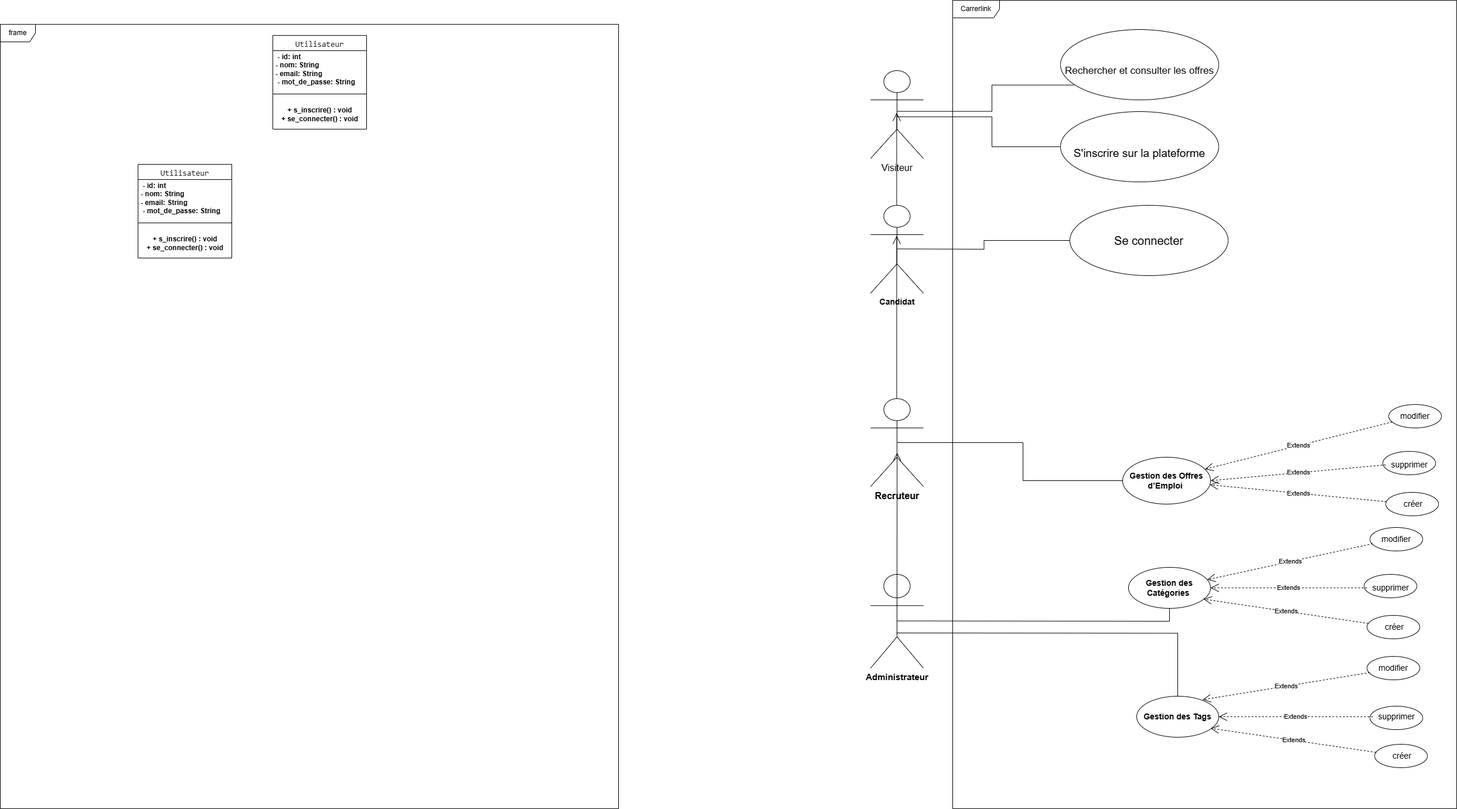
Above: CareerLink.drawio.png in mohamedm999/CareerLink (draw.io), before the change. Source tidied: cells renumbered, new cells last; positions are measured from the earlier drawing's top-left corner, leaving out a move shared by most shapes.
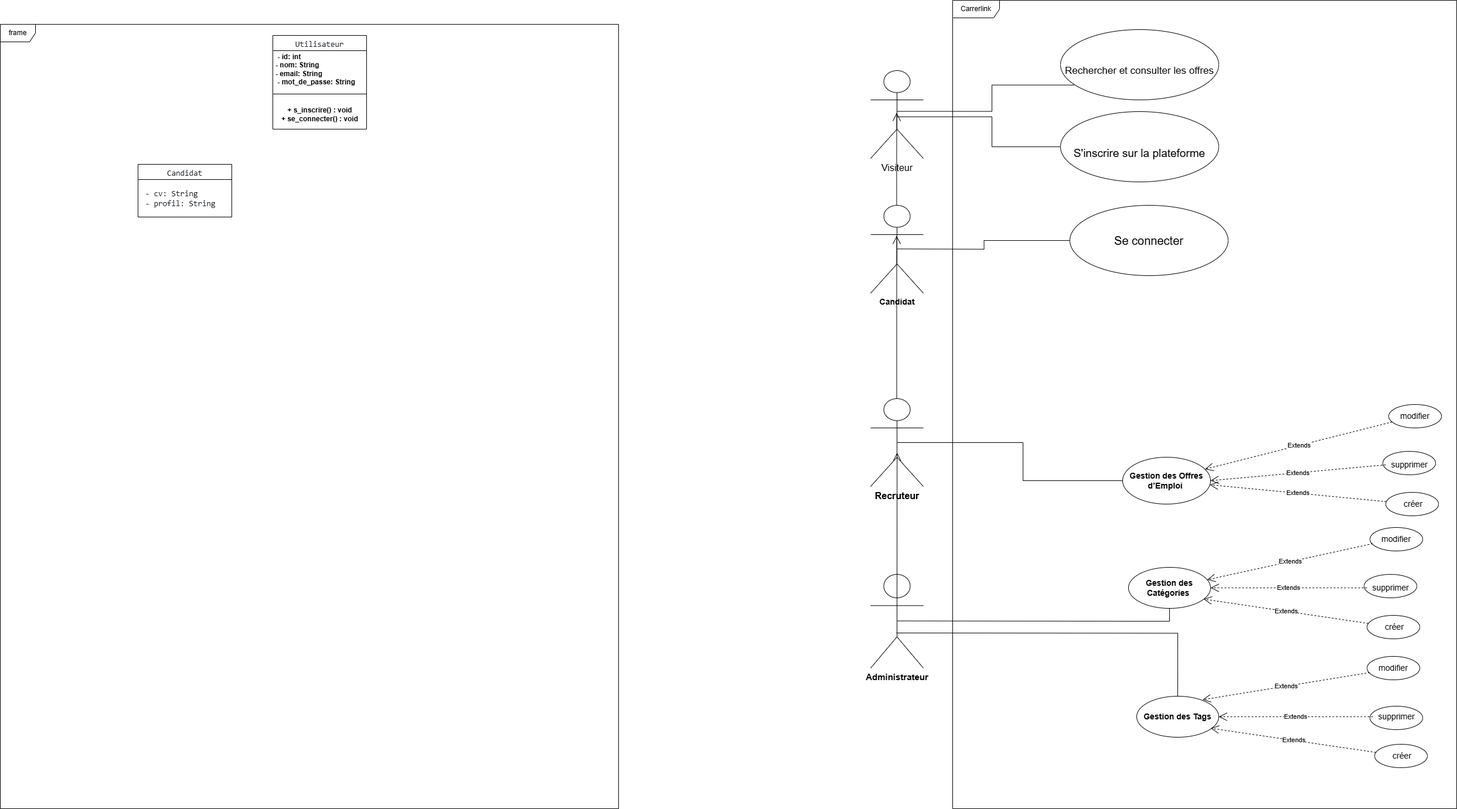
The same diagram one commit later.

Diff of the diagram source:
```diff
@@ -153,17 +153,11 @@
     <mxCell id="47" value="&lt;div&gt;&amp;nbsp;+ s_inscrire() : void&amp;nbsp;&lt;/div&gt;&lt;div&gt;+ se_connecter() : void&lt;/div&gt;" style="text;align=center;fontStyle=1;verticalAlign=middle;spacingLeft=3;spacingRight=3;strokeColor=none;html=1;" parent="44" vertex="1">
       <mxGeometry y="110" width="160" height="50" as="geometry" />
     </mxCell>
-    <mxCell id="48" value="&lt;span style=&quot;color: rgb(31, 35, 40); font-family: ui-monospace, SFMono-Regular, &amp;quot;SF Mono&amp;quot;, Menlo, Consolas, &amp;quot;Liberation Mono&amp;quot;, monospace; font-size: 13.6px; font-weight: 400; text-align: start; white-space: pre; background-color: rgb(255, 255, 255);&quot;&gt;Utilisateur&lt;/span&gt;" style="swimlane;fontStyle=1;align=center;verticalAlign=top;horizontal=1;startSize=26;whiteSpace=wrap;html=1;" parent="1" vertex="1">
-      <mxGeometry x="235" y="280" width="160" height="160" as="geometry" />
+    <mxCell id="48" value="&lt;div style=&quot;text-align: start;&quot;&gt;&lt;span style=&quot;color: rgb(31, 35, 40); font-family: ui-monospace, SFMono-Regular, &amp;quot;SF Mono&amp;quot;, Menlo, Consolas, &amp;quot;Liberation Mono&amp;quot;, monospace; font-size: 13.6px; font-weight: 400; white-space: pre; background-color: rgb(255, 255, 255);&quot;&gt;Candidat&lt;/span&gt;&lt;/div&gt;" style="swimlane;fontStyle=1;align=center;verticalAlign=top;horizontal=1;startSize=26;whiteSpace=wrap;html=1;" parent="1" vertex="1">
+      <mxGeometry x="235" y="280" width="160" height="90" as="geometry" />
     </mxCell>
-    <mxCell id="49" value="&lt;div&gt;&amp;nbsp;- id: int&amp;nbsp; &amp;nbsp; &amp;nbsp;&lt;/div&gt;&lt;div&gt;- nom: String&amp;nbsp;&amp;nbsp;&lt;/div&gt;&lt;div&gt;- email: String&lt;/div&gt;&lt;div style=&quot;&quot;&gt;&amp;nbsp;- mot_de_passe: String&amp;nbsp;&lt;/div&gt;" style="text;align=left;fontStyle=1;verticalAlign=middle;spacingLeft=3;spacingRight=3;strokeColor=none;html=1;" parent="48" vertex="1">
+    <mxCell id="49" value="&lt;span style=&quot;color: rgb(31, 35, 40); font-family: ui-monospace, SFMono-Regular, &amp;quot;SF Mono&amp;quot;, Menlo, Consolas, &amp;quot;Liberation Mono&amp;quot;, monospace; font-size: 13.6px; font-weight: 400; white-space-collapse: preserve; background-color: rgb(255, 255, 255);&quot;&gt; - cv: String&lt;/span&gt;&lt;div&gt;&lt;span style=&quot;color: rgb(31, 35, 40); font-family: ui-monospace, SFMono-Regular, &amp;quot;SF Mono&amp;quot;, Menlo, Consolas, &amp;quot;Liberation Mono&amp;quot;, monospace; font-size: 13.6px; font-weight: 400; white-space-collapse: preserve; background-color: rgb(255, 255, 255);&quot;&gt; - profil: String&lt;/span&gt;&lt;span style=&quot;color: rgb(31, 35, 40); font-family: ui-monospace, SFMono-Regular, &amp;quot;SF Mono&amp;quot;, Menlo, Consolas, &amp;quot;Liberation Mono&amp;quot;, monospace; font-size: 13.6px; font-weight: 400; white-space-collapse: preserve; background-color: rgb(255, 255, 255);&quot;&gt;&lt;/span&gt;&lt;/div&gt;" style="text;align=left;fontStyle=1;verticalAlign=middle;spacingLeft=3;spacingRight=3;strokeColor=none;html=1;" parent="48" vertex="1">
       <mxGeometry y="26" width="160" height="64" as="geometry" />
     </mxCell>
-    <mxCell id="50" style="line;strokeWidth=1;fillColor=none;align=left;verticalAlign=middle;spacingTop=-1;spacingLeft=3;spacingRight=3;labelPosition=right;strokeColor=inherit;perimeterSpacing=14;" parent="48" vertex="1">
-      <mxGeometry y="90" width="160" height="20" as="geometry" />
-    </mxCell>
-    <mxCell id="51" value="&lt;div&gt;&amp;nbsp;+ s_inscrire() : void&amp;nbsp;&lt;/div&gt;&lt;div&gt;+ se_connecter() : void&lt;/div&gt;" style="text;align=center;fontStyle=1;verticalAlign=middle;spacingLeft=3;spacingRight=3;strokeColor=none;html=1;" parent="48" vertex="1">
-      <mxGeometry y="110" width="160" height="50" as="geometry" />
-    </mxCell>
   </root>
 </mxGraphModel>
```
